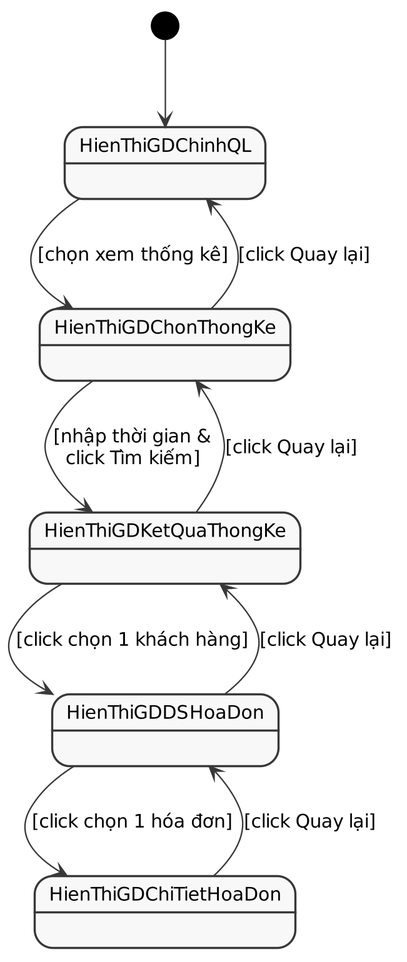
Before: docs/uml/08_TrangThai_Module2.png, a diagram exported from PlantUML (IvorDang/Garage_Management_6). Its source is kept beside it as docs/uml/08_TrangThai_Module2.puml.
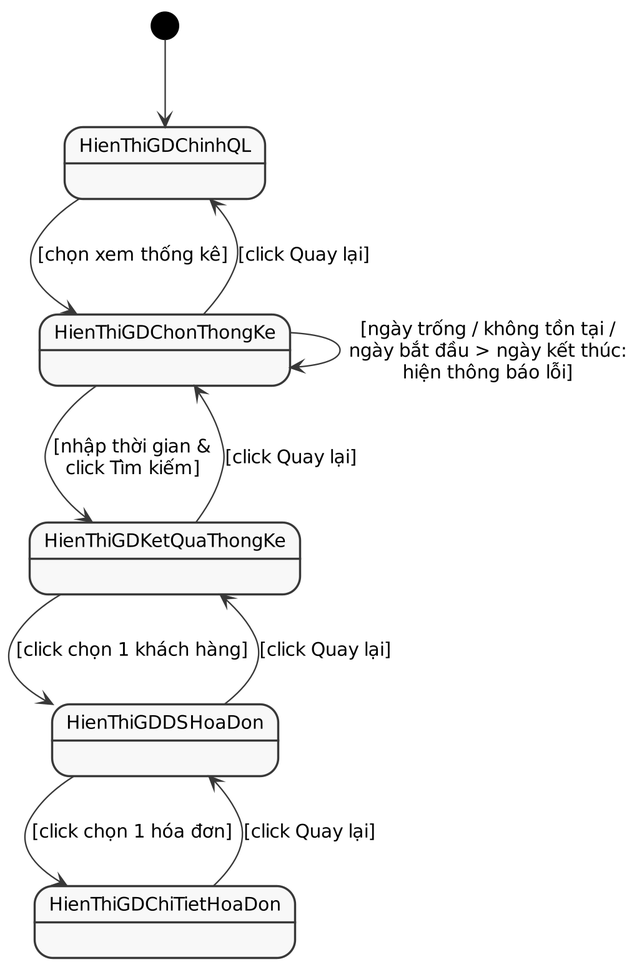
The same diagram one commit later.

The edit, as a diff of the source:
```diff
@@ -3,6 +3,7 @@
 [*] --> HienThiGDChinhQL
 HienThiGDChinhQL --> HienThiGDChonThongKe : [chọn xem thống kê]
 HienThiGDChonThongKe --> HienThiGDChinhQL : [click Quay lại]
+HienThiGDChonThongKe --> HienThiGDChonThongKe : [ngày trống / không tồn tại /\nngày bắt đầu > ngày kết thúc:\nhiện thông báo lỗi]
 HienThiGDChonThongKe --> HienThiGDKetQuaThongKe : [nhập thời gian &\nclick Tìm kiếm]
 HienThiGDKetQuaThongKe --> HienThiGDChonThongKe : [click Quay lại]
 HienThiGDKetQuaThongKe --> HienThiGDDSHoaDon : [click chọn 1 khách hàng]
```
